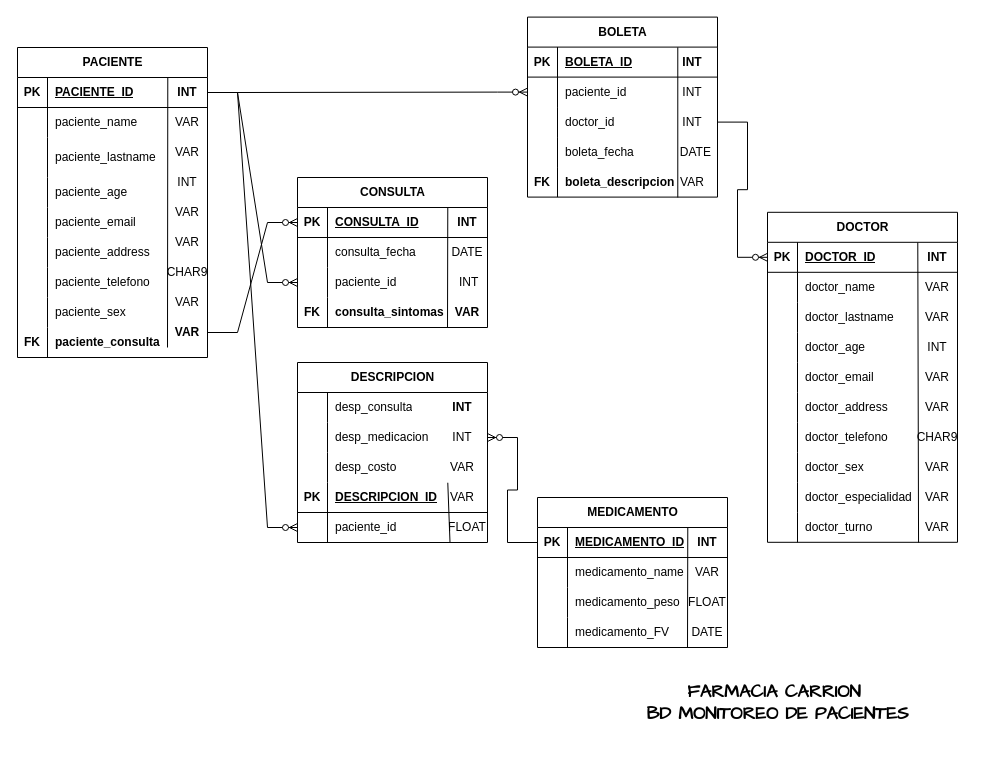
Above: actividad_1.drawio in jetaype21/BD-GRUPOUNO (draw.io), before the change. Source tidied: cells renumbered, new cells numbered last; positions are measured from the earlier drawing's top-left corner, leaving out a move shared by most shapes. Both pictures are drawn from the tidied source at 100%, with x=0, y=0 at pixel (17, 17).
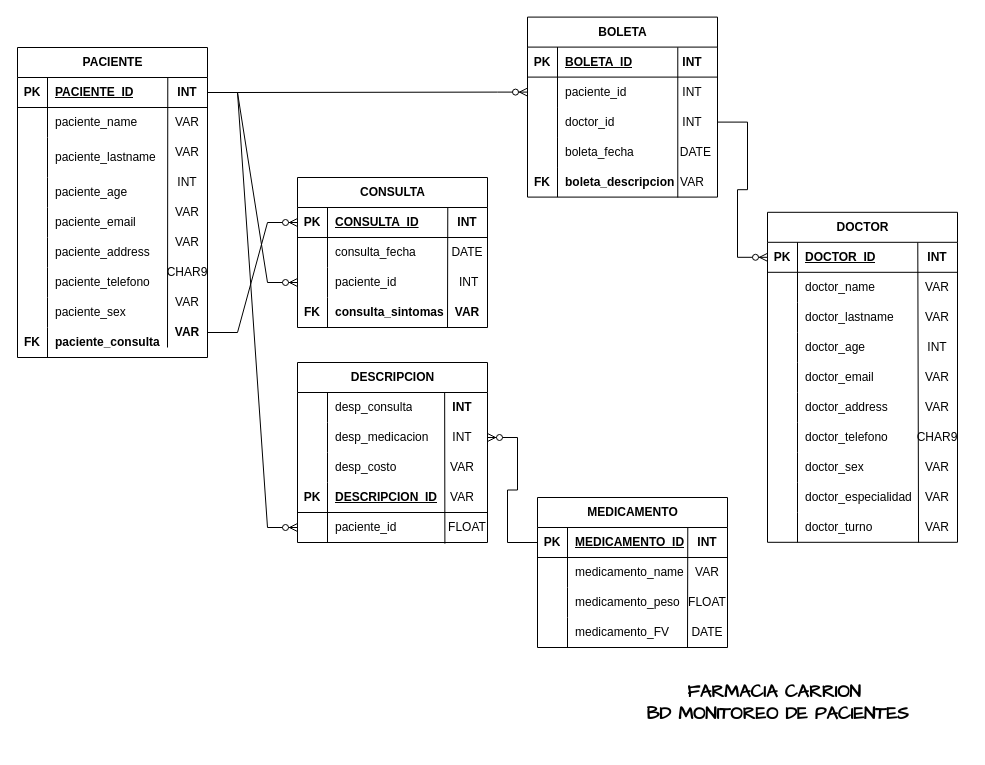
The same page after the edit.

The change refers to these unchanged cells:
```xml
<mxCell id="153" style="shape=tableRow;horizontal=0;startSize=0;swimlaneHead=0;swimlaneBody=0;fillColor=none;points=[[0,0.5],[1,0.5]];portConstraint=eastwest;top=0;left=0;right=0;bottom=1;" parent="143" vertex="1">
  <mxGeometry y="120" width="190" height="30" as="geometry" />
</mxCell>
<mxCell id="159" value="&lt;b&gt;INT&lt;/b&gt;" style="text;html=1;strokeColor=none;fillColor=none;align=center;verticalAlign=middle;whiteSpace=wrap;rounded=0;" parent="1" vertex="1">
  <mxGeometry x="420" y="375" width="50" height="30" as="geometry" />
</mxCell>
<mxCell id="163" value="&amp;nbsp; &amp;nbsp;FLOAT" style="text;html=1;strokeColor=none;fillColor=none;align=center;verticalAlign=middle;whiteSpace=wrap;rounded=0;" parent="1" vertex="1">
  <mxGeometry x="420" y="495" width="50" height="30" as="geometry" />
</mxCell>
```

Change to the diagram source:
```diff
@@
-    <mxCell id="164" style="endArrow=none;html=1;rounded=0;exitX=0.791;exitY=0.008;exitDx=0;exitDy=0;exitPerimeter=0;entryX=0.25;entryY=1;entryDx=0;entryDy=0;" parent="1" edge="1" source="153" target="163">
+    <mxCell id="164" style="endArrow=none;html=1;rounded=0;exitX=0.143;exitY=0.012;exitDx=0;exitDy=0;exitPerimeter=0;entryX=0.148;entryY=1.039;entryDx=0;entryDy=0;entryPerimeter=0;" parent="1" edge="1" source="159" target="163">
       <mxGeometry relative="1" as="geometry" />
     </mxCell>
```
